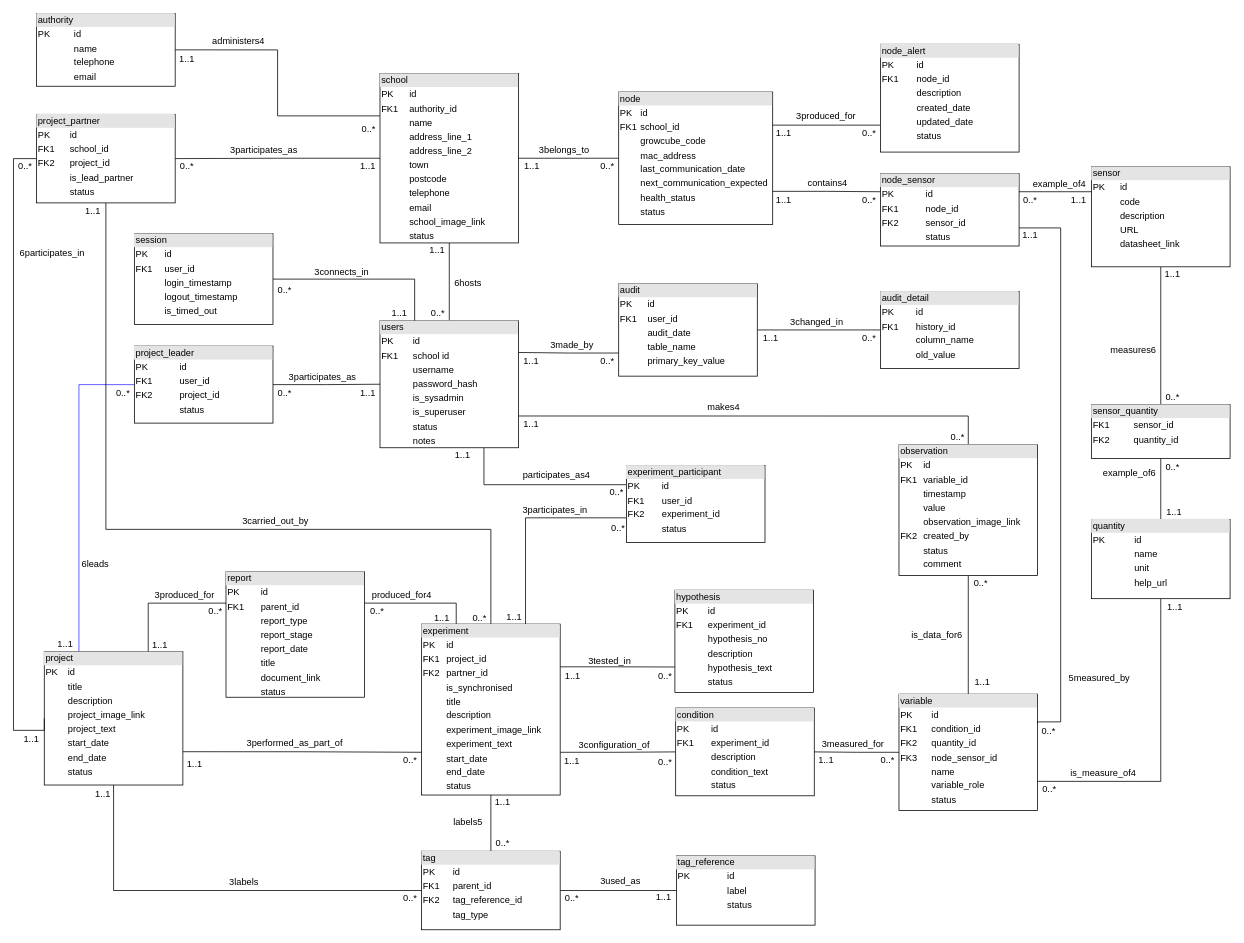
Dandelion-dev-team/dandelion keeps this draw.io diagram as Documentation/ER diagram dandelion.drawio. Above is the earlier version. Source tidied: cells renumbered, new cells numbered last; positions are measured from the earlier drawing's top-left corner, leaving out a move shared by most shapes. Both pictures are drawn from the tidied source at 77%, with x=0, y=0 at pixel (13, 13).
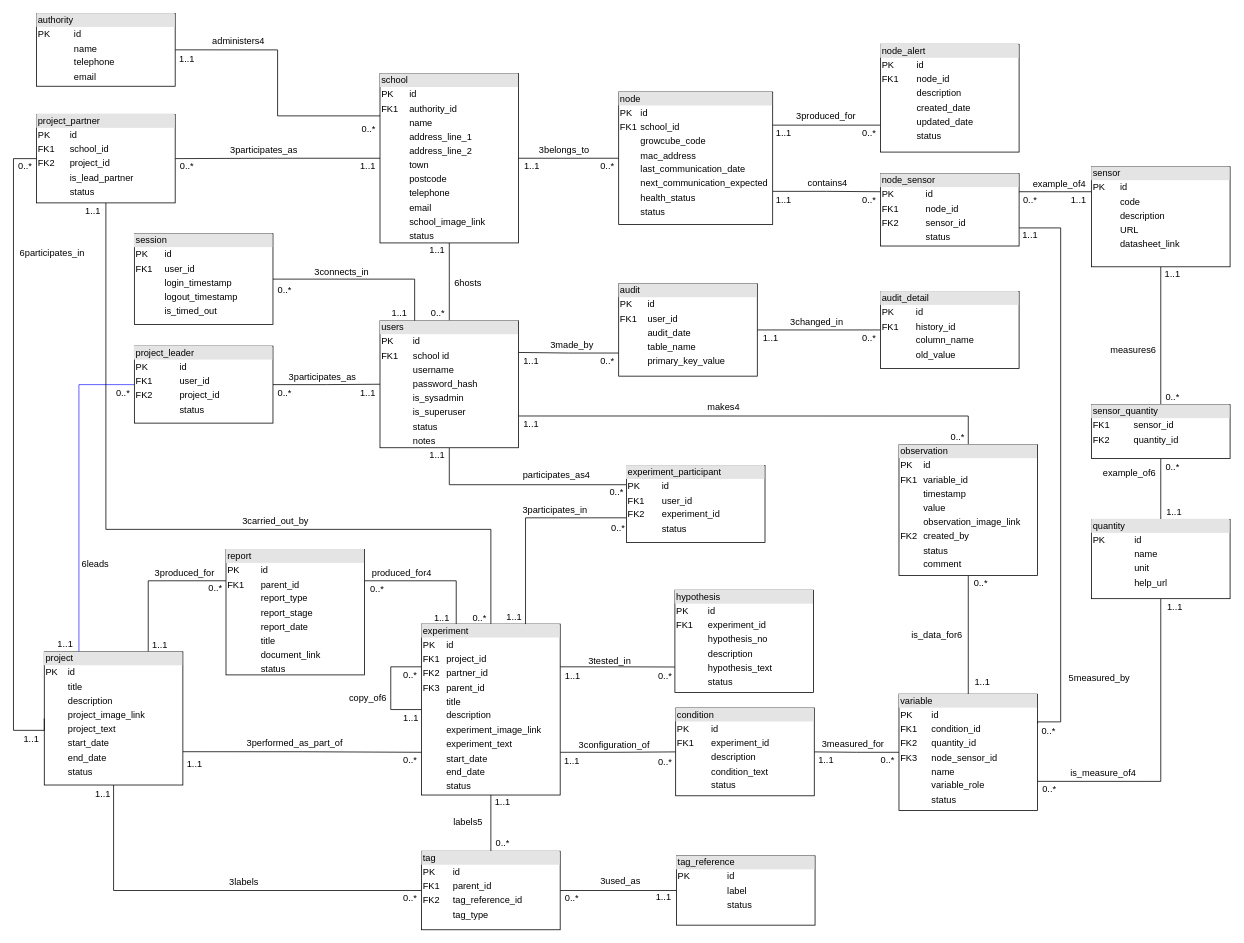
The same diagram, later.

Commit message:
Update ER diagram - added experiment.parent_id

Unchanged cells that the change refers to:
```xml
<mxCell id="6" value="&lt;div style=&quot;box-sizing: border-box ; width: 100% ; background: #e4e4e4 ; padding: 2px&quot;&gt;users&lt;/div&gt;&lt;table style=&quot;width: 100% ; font-size: 1em&quot; cellpadding=&quot;2&quot; cellspacing=&quot;0&quot;&gt;&lt;tbody&gt;&lt;tr&gt;&lt;td&gt;PK&lt;/td&gt;&lt;td&gt;id&lt;/td&gt;&lt;/tr&gt;&lt;tr&gt;&lt;td&gt;FK1&lt;/td&gt;&lt;td&gt;school id&lt;/td&gt;&lt;/tr&gt;&lt;tr&gt;&lt;td&gt;&lt;/td&gt;&lt;td&gt;username&lt;/td&gt;&lt;/tr&gt;&lt;tr&gt;&lt;td&gt;&lt;br&gt;&lt;/td&gt;&lt;td&gt;password_hash&lt;/td&gt;&lt;/tr&gt;&lt;tr&gt;&lt;td&gt;&lt;br&gt;&lt;/td&gt;&lt;td&gt;is_sysadmin&lt;/td&gt;&lt;/tr&gt;&lt;tr&gt;&lt;td&gt;&lt;br&gt;&lt;/td&gt;&lt;td&gt;is_superuser&lt;br&gt;&lt;/td&gt;&lt;/tr&gt;&lt;tr&gt;&lt;td&gt;&lt;br&gt;&lt;/td&gt;&lt;td&gt;status&lt;/td&gt;&lt;/tr&gt;&lt;tr&gt;&lt;td&gt;&lt;br&gt;&lt;/td&gt;&lt;td&gt;notes&lt;/td&gt;&lt;/tr&gt;&lt;/tbody&gt;&lt;/table&gt;" style="verticalAlign=top;align=left;overflow=fill;html=1;" parent="1" vertex="1">
  <mxGeometry x="476" y="399" width="180" height="165" as="geometry" />
</mxCell>
<mxCell id="132" value="&lt;div style=&quot;box-sizing: border-box ; width: 100% ; background: #e4e4e4 ; padding: 2px&quot;&gt;experiment_participant&lt;/div&gt;&lt;table style=&quot;width: 100% ; font-size: 1em&quot; cellpadding=&quot;2&quot; cellspacing=&quot;0&quot;&gt;&lt;tbody&gt;&lt;tr&gt;&lt;td&gt;PK&lt;/td&gt;&lt;td&gt;id&lt;/td&gt;&lt;/tr&gt;&lt;tr&gt;&lt;td&gt;FK1&lt;/td&gt;&lt;td&gt;user_id&lt;/td&gt;&lt;/tr&gt;&lt;tr&gt;&lt;td&gt;FK2&lt;/td&gt;&lt;td&gt;experiment_id&lt;/td&gt;&lt;/tr&gt;&lt;tr&gt;&lt;td&gt;&lt;br&gt;&lt;/td&gt;&lt;td&gt;status&lt;/td&gt;&lt;/tr&gt;&lt;/tbody&gt;&lt;/table&gt;" style="verticalAlign=top;align=left;overflow=fill;html=1;" parent="1" vertex="1">
  <mxGeometry x="796" y="587" width="180" height="100" as="geometry" />
</mxCell>
```

What changed in the source:
```diff
@@
-    <mxCell id="5" style="edgeStyle=orthogonalEdgeStyle;rounded=0;jettySize=auto;html=1;entryX=0;entryY=0.25;entryDx=0;entryDy=0;endArrow=none;endFill=0;exitX=0.75;exitY=1;exitDx=0;exitDy=0;" parent="1" edge="1" source="6" target="132">
+    <mxCell id="5" style="edgeStyle=orthogonalEdgeStyle;rounded=0;jettySize=auto;html=1;entryX=0;entryY=0.25;entryDx=0;entryDy=0;endArrow=none;endFill=0;exitX=0.5;exitY=1;exitDx=0;exitDy=0;" parent="1" edge="1" source="6" target="132">
       <mxGeometry relative="1" as="geometry" />
     </mxCell>
@@
+    <mxCell id="150" style="edgeStyle=orthogonalEdgeStyle;rounded=0;orthogonalLoop=1;jettySize=auto;html=1;exitX=0;exitY=0.25;exitDx=0;exitDy=0;entryX=0;entryY=0.5;entryDx=0;entryDy=0;endArrow=none;endFill=0;" parent="1" edge="1" source="19" target="19">
+      <mxGeometry relative="1" as="geometry">
+        <Array as="points">
+          <mxPoint x="490" y="849" />
+          <mxPoint x="490" y="904" />
+        </Array>
+      </mxGeometry>
+    </mxCell>
-    <mxCell id="19" value="&lt;div style=&quot;box-sizing: border-box ; width: 100% ; background: #e4e4e4 ; padding: 2px&quot;&gt;experiment&lt;/div&gt;&lt;table style=&quot;width: 100% ; font-size: 1em&quot; cellpadding=&quot;2&quot; cellspacing=&quot;0&quot;&gt;&lt;tbody&gt;&lt;tr&gt;&lt;td&gt;PK&lt;/td&gt;&lt;td&gt;id&lt;/td&gt;&lt;/tr&gt;&lt;tr&gt;&lt;td&gt;FK1&lt;/td&gt;&lt;td&gt;project_id&lt;/td&gt;&lt;/tr&gt;&lt;tr&gt;&lt;td&gt;FK2&lt;/td&gt;&lt;td&gt;partner_id&lt;/td&gt;&lt;/tr&gt;&lt;tr&gt;&lt;td&gt;&lt;br&gt;&lt;/td&gt;&lt;td&gt;is_synchronised&lt;/td&gt;&lt;/tr&gt;&lt;tr&gt;&lt;td&gt;&lt;/td&gt;&lt;td&gt;title&lt;/td&gt;&lt;/tr&gt;&lt;tr&gt;&lt;td&gt;&lt;br&gt;&lt;/td&gt;&lt;td&gt;description&lt;/td&gt;&lt;/tr&gt;&lt;tr&gt;&lt;td&gt;&lt;br&gt;&lt;/td&gt;&lt;td&gt;experiment_image_link&lt;/td&gt;&lt;/tr&gt;&lt;tr&gt;&lt;td&gt;&lt;br&gt;&lt;/td&gt;&lt;td&gt;experiment_text&lt;/td&gt;&lt;/tr&gt;&lt;tr&gt;&lt;td&gt;&lt;br&gt;&lt;/td&gt;&lt;td&gt;start_date&lt;/td&gt;&lt;/tr&gt;&lt;tr&gt;&lt;td&gt;&lt;br&gt;&lt;/td&gt;&lt;td&gt;end_date&lt;/td&gt;&lt;/tr&gt;&lt;tr&gt;&lt;td&gt;&lt;br&gt;&lt;/td&gt;&lt;td&gt;status&lt;/td&gt;&lt;/tr&gt;&lt;/tbody&gt;&lt;/table&gt;" style="verticalAlign=top;align=left;overflow=fill;html=1;" parent="1" vertex="1">
+    <mxCell id="19" value="&lt;div style=&quot;box-sizing: border-box ; width: 100% ; background: #e4e4e4 ; padding: 2px&quot;&gt;experiment&lt;/div&gt;&lt;table style=&quot;width: 100% ; font-size: 1em&quot; cellpadding=&quot;2&quot; cellspacing=&quot;0&quot;&gt;&lt;tbody&gt;&lt;tr&gt;&lt;td&gt;PK&lt;/td&gt;&lt;td&gt;id&lt;/td&gt;&lt;/tr&gt;&lt;tr&gt;&lt;td&gt;FK1&lt;/td&gt;&lt;td&gt;project_id&lt;/td&gt;&lt;/tr&gt;&lt;tr&gt;&lt;td&gt;FK2&lt;/td&gt;&lt;td&gt;partner_id&lt;/td&gt;&lt;/tr&gt;&lt;tr&gt;&lt;td&gt;FK3&lt;/td&gt;&lt;td&gt;parent_id&lt;/td&gt;&lt;/tr&gt;&lt;tr&gt;&lt;td&gt;&lt;/td&gt;&lt;td&gt;title&lt;/td&gt;&lt;/tr&gt;&lt;tr&gt;&lt;td&gt;&lt;br&gt;&lt;/td&gt;&lt;td&gt;description&lt;/td&gt;&lt;/tr&gt;&lt;tr&gt;&lt;td&gt;&lt;br&gt;&lt;/td&gt;&lt;td&gt;experiment_image_link&lt;/td&gt;&lt;/tr&gt;&lt;tr&gt;&lt;td&gt;&lt;br&gt;&lt;/td&gt;&lt;td&gt;experiment_text&lt;/td&gt;&lt;/tr&gt;&lt;tr&gt;&lt;td&gt;&lt;br&gt;&lt;/td&gt;&lt;td&gt;start_date&lt;/td&gt;&lt;/tr&gt;&lt;tr&gt;&lt;td&gt;&lt;br&gt;&lt;/td&gt;&lt;td&gt;end_date&lt;/td&gt;&lt;/tr&gt;&lt;tr&gt;&lt;td&gt;&lt;br&gt;&lt;/td&gt;&lt;td&gt;status&lt;/td&gt;&lt;/tr&gt;&lt;/tbody&gt;&lt;/table&gt;" style="verticalAlign=top;align=left;overflow=fill;html=1;" parent="1" vertex="1">
       <mxGeometry x="530" y="793" width="180" height="222" as="geometry" />
     </mxCell>
@@
     <mxCell id="32" value="&lt;div style=&quot;box-sizing: border-box ; width: 100% ; background: #e4e4e4 ; padding: 2px&quot;&gt;report&lt;/div&gt;&lt;table style=&quot;width: 100% ; font-size: 1em&quot; cellpadding=&quot;2&quot; cellspacing=&quot;0&quot;&gt;&lt;tbody&gt;&lt;tr&gt;&lt;td&gt;PK&lt;/td&gt;&lt;td&gt;id&lt;/td&gt;&lt;/tr&gt;&lt;tr&gt;&lt;td&gt;FK1&lt;/td&gt;&lt;td&gt;parent_id&lt;/td&gt;&lt;/tr&gt;&lt;tr&gt;&lt;td&gt;&lt;br&gt;&lt;/td&gt;&lt;td&gt;report_type&lt;/td&gt;&lt;/tr&gt;&lt;tr&gt;&lt;td&gt;&lt;br&gt;&lt;/td&gt;&lt;td&gt;report_stage&lt;/td&gt;&lt;/tr&gt;&lt;tr&gt;&lt;td&gt;&lt;/td&gt;&lt;td&gt;report_date&lt;/td&gt;&lt;/tr&gt;&lt;tr&gt;&lt;td&gt;&lt;br&gt;&lt;/td&gt;&lt;td&gt;title&lt;/td&gt;&lt;/tr&gt;&lt;tr&gt;&lt;td&gt;&lt;br&gt;&lt;/td&gt;&lt;td&gt;document_link&lt;/td&gt;&lt;/tr&gt;&lt;tr&gt;&lt;td&gt;&lt;br&gt;&lt;/td&gt;&lt;td&gt;status&lt;/td&gt;&lt;/tr&gt;&lt;/tbody&gt;&lt;/table&gt;" style="verticalAlign=top;align=left;overflow=fill;html=1;" parent="1" vertex="1">
-      <mxGeometry x="276" y="725" width="180" height="163" as="geometry" />
+      <mxGeometry x="276" y="696" width="180" height="163" as="geometry" />
     </mxCell>
@@
     <mxCell id="49" value="0..*" style="text;html=1;align=center;verticalAlign=middle;strokeColor=none;fillColor=none;" parent="1" vertex="1">
-      <mxGeometry x="457" y="767" width="30" height="20" as="geometry" />
+      <mxGeometry x="457" y="738" width="30" height="20" as="geometry" />
     </mxCell>
@@
     <mxCell id="52" value="0..*" style="text;html=1;align=center;verticalAlign=middle;strokeColor=none;fillColor=none;" parent="1" vertex="1">
-      <mxGeometry x="247" y="766" width="30" height="20" as="geometry" />
+      <mxGeometry x="247" y="737" width="30" height="20" as="geometry" />
     </mxCell>
@@
     <mxCell id="101" value="produced_for&lt;font face=&quot;webdings&quot;&gt;4&lt;/font&gt;" style="text;html=1;align=center;verticalAlign=middle;strokeColor=none;fillColor=none;" parent="1" vertex="1">
-      <mxGeometry x="454" y="746" width="100" height="20" as="geometry" />
+      <mxGeometry x="454" y="717" width="100" height="20" as="geometry" />
     </mxCell>
     <mxCell id="102" value="&lt;font face=&quot;webdings&quot;&gt;3&lt;/font&gt;produced_for" style="text;html=1;align=center;verticalAlign=middle;strokeColor=none;fillColor=none;" parent="1" vertex="1">
-      <mxGeometry x="172" y="746" width="100" height="20" as="geometry" />
+      <mxGeometry x="172" y="717" width="100" height="20" as="geometry" />
     </mxCell>
@@
     <mxCell id="135" value="1..1" style="text;html=1;align=center;verticalAlign=middle;strokeColor=none;fillColor=none;" parent="1" vertex="1">
-      <mxGeometry x="563" y="564" width="40" height="20" as="geometry" />
+      <mxGeometry x="530" y="564" width="40" height="20" as="geometry" />
     </mxCell>
@@
+    <mxCell id="151" value="1..1" style="text;html=1;align=center;verticalAlign=middle;strokeColor=none;fillColor=none;" parent="1" vertex="1">
+      <mxGeometry x="496" y="905.5" width="40" height="20" as="geometry" />
+    </mxCell>
+    <mxCell id="152" value="0..*" style="text;html=1;align=center;verticalAlign=middle;strokeColor=none;fillColor=none;" parent="1" vertex="1">
+      <mxGeometry x="500" y="850" width="30" height="20" as="geometry" />
+    </mxCell>
+    <mxCell id="153" value="copy_of&lt;span style=&quot;font-family: &amp;#34;webdings&amp;#34;&quot;&gt;6&lt;/span&gt;" style="text;html=1;align=center;verticalAlign=middle;strokeColor=none;fillColor=none;" parent="1" vertex="1">
+      <mxGeometry x="425" y="879" width="70" height="20" as="geometry" />
+    </mxCell>
```
